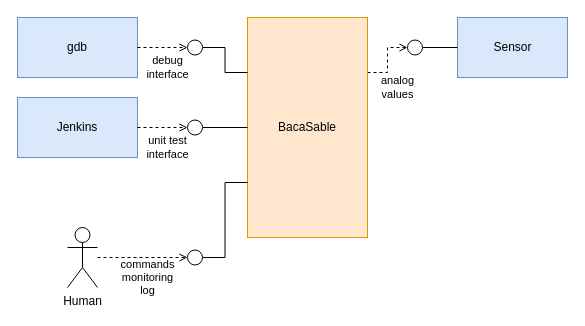
Before: 01_Analysis/images/Technical_context.drawio in KureciPlatek/Project_BacaSable, a draw.io diagram. Source tidied: cells renumbered, new cells numbered last; positions are measured from the earlier drawing's top-left corner, leaving out a move shared by most shapes. Both pictures are drawn from the tidied source at 100%, with x=0, y=0 at pixel (17, 17).
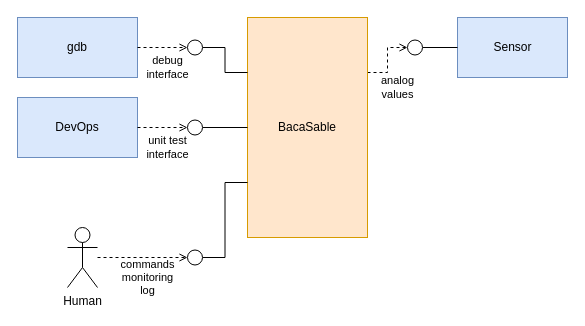
The same diagram, later.

Commit message (it also covers changes not shown here):
Added system context

Mainly technical and not business as we do not seek to
develop a business model, but improve our technical skills

Change to the diagram source:
```diff
@@
 <mxGraphModel>
   <root>
     <mxCell id="0" />
     <mxCell id="1" parent="0" />
     <mxCell id="2" value="analog&lt;br&gt;values" style="edgeStyle=orthogonalEdgeStyle;rounded=0;jettySize=auto;html=1;exitX=1;exitY=0.25;exitDx=0;exitDy=0;entryX=0;entryY=0.5;entryDx=0;entryDy=0;startArrow=none;startFill=0;endArrow=open;endFill=0;dashed=1;" parent="1" edge="1" source="3" target="13">
       <mxGeometry x="-0.38" y="-18" relative="1" as="geometry">
         <mxPoint x="-8" y="15" as="offset" />
       </mxGeometry>
     </mxCell>
     <mxCell id="3" value="&lt;div&gt;BacaSable&lt;/div&gt;" style="rounded=0;whiteSpace=wrap;html=1;fillColor=#ffe6cc;strokeColor=#d79b00;" parent="1" vertex="1">
       <mxGeometry x="230" width="120" height="220" as="geometry" />
     </mxCell>
     <mxCell id="4" value="&lt;div&gt;gdb&lt;/div&gt;" style="rounded=0;whiteSpace=wrap;html=1;fillColor=#dae8fc;strokeColor=#6c8ebf;" parent="1" vertex="1">
       <mxGeometry width="120" height="60" as="geometry" />
     </mxCell>
-    <mxCell id="5" value="&lt;div&gt;Jenkins&lt;/div&gt;" style="rounded=0;whiteSpace=wrap;html=1;fillColor=#dae8fc;strokeColor=#6c8ebf;" parent="1" vertex="1">
+    <mxCell id="5" value="&lt;div&gt;DevOps&lt;/div&gt;" style="rounded=0;whiteSpace=wrap;html=1;fillColor=#dae8fc;strokeColor=#6c8ebf;" parent="1" vertex="1">
       <mxGeometry y="80" width="120" height="60" as="geometry" />
     </mxCell>
     <mxCell id="6" value="Human" style="shape=umlActor;verticalLabelPosition=bottom;verticalAlign=top;html=1;outlineConnect=0;" parent="1" vertex="1">
       <mxGeometry x="50" y="210" width="30" height="60" as="geometry" />
     </mxCell>
     <mxCell id="7" value="Sensor" style="html=1;fillColor=#dae8fc;strokeColor=#6c8ebf;" parent="1" vertex="1">
       <mxGeometry x="440" width="110" height="60" as="geometry" />
     </mxCell>
     <mxCell id="8" style="edgeStyle=orthogonalEdgeStyle;rounded=0;jettySize=auto;html=1;startArrow=none;startFill=0;endArrow=none;endFill=0;" parent="1" edge="1" source="9" target="3">
       <mxGeometry relative="1" as="geometry" />
     </mxCell>
     <mxCell id="9" style="ellipse;whiteSpace=wrap;html=1;" parent="1" vertex="1">
       <mxGeometry x="170" y="102.5" width="15" height="15" as="geometry" />
     </mxCell>
     <mxCell id="10" style="edgeStyle=orthogonalEdgeStyle;rounded=0;jettySize=auto;html=1;exitX=1;exitY=0.5;exitDx=0;exitDy=0;entryX=0;entryY=0.25;entryDx=0;entryDy=0;startArrow=none;startFill=0;endArrow=none;endFill=0;" parent="1" edge="1" source="11" target="3">
       <mxGeometry relative="1" as="geometry" />
     </mxCell>
     <mxCell id="11" style="ellipse;whiteSpace=wrap;html=1;" parent="1" vertex="1">
       <mxGeometry x="170" y="22.5" width="15" height="15" as="geometry" />
     </mxCell>
     <mxCell id="12" style="edgeStyle=orthogonalEdgeStyle;rounded=0;jettySize=auto;html=1;exitX=1;exitY=0.5;exitDx=0;exitDy=0;entryX=0;entryY=0.5;entryDx=0;entryDy=0;startArrow=none;startFill=0;endArrow=none;endFill=0;" parent="1" edge="1" source="13" target="7">
       <mxGeometry relative="1" as="geometry" />
     </mxCell>
     <mxCell id="13" style="ellipse;whiteSpace=wrap;html=1;" parent="1" vertex="1">
       <mxGeometry x="390" y="22.5" width="15" height="15" as="geometry" />
     </mxCell>
     <mxCell id="14" value="debug &lt;br&gt;interface" style="endArrow=open;dashed=1;html=1;rounded=0;exitX=1;exitY=0.5;exitDx=0;exitDy=0;entryX=0;entryY=0.5;entryDx=0;entryDy=0;edgeStyle=orthogonalEdgeStyle;endFill=0;" parent="1" edge="1" source="4" target="11">
       <mxGeometry x="0.2" y="-20" relative="1" as="geometry" />
     </mxCell>
     <mxCell id="15" value="unit test&lt;br&gt;&lt;div&gt;interface&lt;/div&gt;" style="endArrow=open;dashed=1;html=1;rounded=0;exitX=1;exitY=0.5;exitDx=0;exitDy=0;edgeStyle=orthogonalEdgeStyle;endFill=0;entryX=0;entryY=0.5;entryDx=0;entryDy=0;" parent="1" edge="1" source="5" target="9">
       <mxGeometry x="0.2" y="-20" relative="1" as="geometry" />
     </mxCell>
     <mxCell id="16" style="edgeStyle=orthogonalEdgeStyle;rounded=0;jettySize=auto;html=1;exitX=1;exitY=0.5;exitDx=0;exitDy=0;entryX=0;entryY=0.75;entryDx=0;entryDy=0;startArrow=none;startFill=0;endArrow=none;endFill=0;" parent="1" edge="1" source="17" target="3">
       <mxGeometry relative="1" as="geometry" />
     </mxCell>
     <mxCell id="17" style="ellipse;whiteSpace=wrap;html=1;" parent="1" vertex="1">
       <mxGeometry x="170" y="232.5" width="15" height="15" as="geometry" />
     </mxCell>
     <mxCell id="18" value="commands&lt;br&gt;monitoring&lt;br&gt;log" style="endArrow=open;dashed=1;html=1;rounded=0;edgeStyle=orthogonalEdgeStyle;endFill=0;entryX=0;entryY=0.5;entryDx=0;entryDy=0;" parent="1" edge="1" source="6" target="17">
       <mxGeometry x="0.11" y="-20" relative="1" as="geometry" />
     </mxCell>
   </root>
 </mxGraphModel>
```
